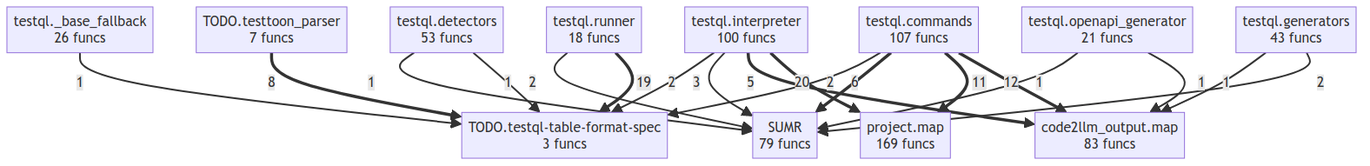
Earlier version of the Mermaid export project/compact_flow.png (oqlos/testql). Its source is kept beside it as project/compact_flow.mmd.
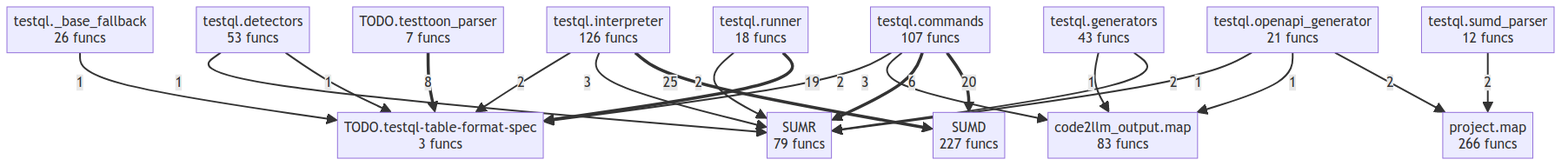
After the commit.

What changed in the source:
```diff
@@ -1,31 +1,34 @@
 flowchart TD
+    SUMD["SUMD<br/>227 funcs"]
     SUMR["SUMR<br/>79 funcs"]
     TODO__testql_table_format_spec["TODO.testql-table-format-spec<br/>3 funcs"]
     TODO__testtoon_parser["TODO.testtoon_parser<br/>7 funcs"]
     code2llm_output__map["code2llm_output.map<br/>83 funcs"]
-    project__map["project.map<br/>169 funcs"]
+    project__map["project.map<br/>266 funcs"]
     testql___base_fallback["testql._base_fallback<br/>26 funcs"]
     testql__commands["testql.commands<br/>107 funcs"]
     testql__detectors["testql.detectors<br/>53 funcs"]
     testql__generators["testql.generators<br/>43 funcs"]
-    testql__interpreter["testql.interpreter<br/>100 funcs"]
+    testql__interpreter["testql.interpreter<br/>126 funcs"]
     testql__openapi_generator["testql.openapi_generator<br/>21 funcs"]
     testql__runner["testql.runner<br/>18 funcs"]
-    testql__interpreter ==>|20| project__map
+    testql__sumd_parser["testql.sumd_parser<br/>12 funcs"]
+    testql__interpreter ==>|25| SUMD
+    testql__commands ==>|20| SUMD
     testql__runner ==>|19| TODO__testql_table_format_spec
-    testql__commands ==>|12| code2llm_output__map
-    testql__commands ==>|11| project__map
     TODO__testtoon_parser ==>|8| TODO__testql_table_format_spec
     testql__commands ==>|6| SUMR
-    testql__interpreter ==>|5| code2llm_output__map
+    testql__commands -->|3| code2llm_output__map
     testql__interpreter -->|3| SUMR
+    testql__runner -->|2| SUMR
+    testql__openapi_generator -->|2| project__map
+    testql__sumd_parser -->|2| project__map
     testql__commands -->|2| TODO__testql_table_format_spec
     testql__interpreter -->|2| TODO__testql_table_format_spec
     testql__generators -->|2| SUMR
-    testql__runner -->|2| SUMR
     testql__openapi_generator -->|1| code2llm_output__map
     testql__openapi_generator -->|1| SUMR
+    testql___base_fallback -->|1| TODO__testql_table_format_spec
     testql__generators -->|1| code2llm_output__map
     testql__detectors -->|1| TODO__testql_table_format_spec
     testql__detectors -->|1| SUMR
-    testql___base_fallback -->|1| TODO__testql_table_format_spec
```
